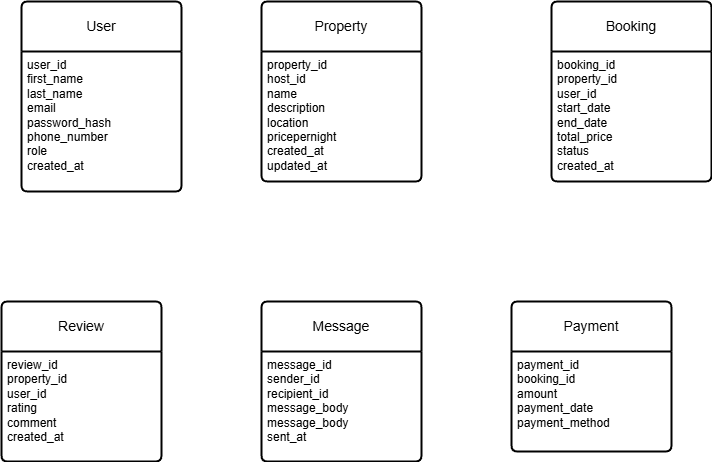
Above: ERD/ERD.png in Joycekabura/alx-airbnb-database (draw.io), before the change. Source tidied: cells renumbered, new cells last; positions are measured from the earlier drawing's top-left corner, leaving out a move shared by most shapes. Its diagram source:
```xml
<mxGraphModel>
  <root>
    <mxCell id="0" />
    <mxCell id="1" parent="0" />
    <mxCell id="2" value="User" style="swimlane;horizontal=1;startSize=50;rounded=1;fontSize=14;fontStyle=0;strokeWidth=2;shadow=0;dashed=0;align=center;arcSize=4;whiteSpace=wrap;html=1;" parent="1" vertex="1">
      <mxGeometry x="20" width="160" height="190" as="geometry" />
    </mxCell>
    <mxCell id="3" value="&lt;span style=&quot;text-align: center; text-wrap-mode: nowrap;&quot;&gt;user_id&amp;nbsp;&lt;/span&gt;&lt;br&gt;&lt;span style=&quot;text-align: center; text-wrap-mode: nowrap;&quot;&gt;first_name&lt;/span&gt;&lt;br&gt;&lt;span style=&quot;text-align: center; text-wrap-mode: nowrap;&quot;&gt;last_name&lt;/span&gt;&lt;div&gt;&lt;span style=&quot;text-align: center; text-wrap-mode: nowrap;&quot;&gt;email&lt;/span&gt;&lt;span style=&quot;text-align: center; text-wrap-mode: nowrap;&quot;&gt;&lt;/span&gt;&lt;/div&gt;&lt;div&gt;&lt;span style=&quot;text-align: center; text-wrap-mode: nowrap;&quot;&gt;password_hash&lt;/span&gt;&lt;span style=&quot;text-align: center; text-wrap-mode: nowrap;&quot;&gt;&lt;/span&gt;&lt;/div&gt;&lt;div&gt;&lt;span style=&quot;text-align: center; text-wrap-mode: nowrap;&quot;&gt;phone_number&lt;/span&gt;&lt;span style=&quot;text-align: center; text-wrap-mode: nowrap;&quot;&gt;&lt;/span&gt;&lt;/div&gt;&lt;div&gt;&lt;span style=&quot;text-align: center; text-wrap-mode: nowrap;&quot;&gt;role&lt;/span&gt;&lt;span style=&quot;text-align: center; text-wrap-mode: nowrap;&quot;&gt;&lt;/span&gt;&lt;/div&gt;&lt;div&gt;&lt;span style=&quot;text-align: center; text-wrap-mode: nowrap;&quot;&gt;created_at&lt;/span&gt;&lt;span style=&quot;text-align: center; text-wrap-mode: nowrap;&quot;&gt;&lt;/span&gt;&lt;/div&gt;" style="align=left;strokeColor=none;fillColor=none;spacingLeft=4;spacingRight=4;fontSize=12;verticalAlign=top;html=1;whiteSpace=wrap;" parent="2" vertex="1">
      <mxGeometry y="50" width="160" height="140" as="geometry" />
    </mxCell>
    <mxCell id="4" value="Property" style="swimlane;horizontal=1;startSize=50;rounded=1;fontSize=14;fontStyle=0;strokeWidth=2;shadow=0;dashed=0;align=center;arcSize=4;whiteSpace=wrap;html=1;" parent="1" vertex="1">
      <mxGeometry x="260" width="160" height="180" as="geometry" />
    </mxCell>
    <mxCell id="5" value="&lt;span style=&quot;text-align: center; text-wrap-mode: nowrap;&quot;&gt;property_id&lt;/span&gt;&lt;div&gt;&lt;span style=&quot;text-align: center; text-wrap-mode: nowrap;&quot;&gt;host_id&lt;/span&gt;&lt;br&gt;&lt;span style=&quot;text-align: center; text-wrap-mode: nowrap;&quot;&gt;name&lt;/span&gt;&lt;/div&gt;&lt;div&gt;&lt;span style=&quot;text-align: center; text-wrap-mode: nowrap;&quot;&gt;description&lt;/span&gt;&lt;span style=&quot;text-align: center; text-wrap-mode: nowrap;&quot;&gt;&lt;/span&gt;&lt;/div&gt;&lt;div&gt;&lt;span style=&quot;text-align: center; text-wrap-mode: nowrap;&quot;&gt;location&lt;/span&gt;&lt;/div&gt;&lt;div&gt;&lt;span style=&quot;text-align: center; text-wrap-mode: nowrap;&quot;&gt;pricepernight&lt;/span&gt;&lt;span style=&quot;text-align: center; text-wrap-mode: nowrap;&quot;&gt;&lt;/span&gt;&lt;/div&gt;&lt;div&gt;&lt;span style=&quot;text-align: center; text-wrap-mode: nowrap;&quot;&gt;created_at&lt;/span&gt;&lt;span style=&quot;text-align: center; text-wrap-mode: nowrap;&quot;&gt;&lt;/span&gt;&lt;/div&gt;&lt;div&gt;&lt;span style=&quot;text-align: center; text-wrap-mode: nowrap;&quot;&gt;updated_at&lt;/span&gt;&lt;span style=&quot;text-align: center; text-wrap-mode: nowrap;&quot;&gt;&lt;/span&gt;&lt;/div&gt;" style="align=left;strokeColor=none;fillColor=none;spacingLeft=4;spacingRight=4;fontSize=12;verticalAlign=top;html=1;whiteSpace=wrap;" parent="4" vertex="1">
      <mxGeometry y="50" width="160" height="130" as="geometry" />
    </mxCell>
    <mxCell id="6" value="Booking" style="swimlane;horizontal=1;startSize=50;rounded=1;fontSize=14;fontStyle=0;strokeWidth=2;shadow=0;dashed=0;align=center;arcSize=4;whiteSpace=wrap;html=1;" parent="1" vertex="1">
      <mxGeometry x="550" width="160" height="180" as="geometry" />
    </mxCell>
    <mxCell id="7" value="&lt;span style=&quot;text-align: center; text-wrap-mode: nowrap;&quot;&gt;booking_id&lt;/span&gt;&lt;br&gt;&lt;span style=&quot;text-align: center; text-wrap-mode: nowrap;&quot;&gt;property_id&lt;/span&gt;&lt;br&gt;&lt;span style=&quot;text-align: center; text-wrap-mode: nowrap;&quot;&gt;user_id&amp;nbsp;&lt;/span&gt;&lt;div&gt;&lt;span style=&quot;text-align: center; text-wrap-mode: nowrap;&quot;&gt;start_date&lt;/span&gt;&lt;span style=&quot;text-align: center; text-wrap-mode: nowrap;&quot;&gt;&lt;/span&gt;&lt;/div&gt;&lt;div&gt;&lt;span style=&quot;text-align: center; text-wrap-mode: nowrap;&quot;&gt;end_date&lt;/span&gt;&lt;span style=&quot;text-align: center; text-wrap-mode: nowrap;&quot;&gt;&lt;/span&gt;&lt;/div&gt;&lt;div&gt;&lt;span style=&quot;text-align: center; text-wrap-mode: nowrap;&quot;&gt;total_price&lt;/span&gt;&lt;span style=&quot;text-align: center; text-wrap-mode: nowrap;&quot;&gt;&lt;/span&gt;&lt;/div&gt;&lt;div&gt;&lt;span style=&quot;text-align: center; text-wrap-mode: nowrap;&quot;&gt;status&lt;/span&gt;&lt;span style=&quot;text-align: center; text-wrap-mode: nowrap;&quot;&gt;&lt;/span&gt;&lt;/div&gt;&lt;div&gt;&lt;span style=&quot;text-align: center; text-wrap-mode: nowrap;&quot;&gt;created_at&lt;/span&gt;&lt;span style=&quot;text-align: center; text-wrap-mode: nowrap;&quot;&gt;&lt;/span&gt;&lt;/div&gt;" style="align=left;strokeColor=none;fillColor=none;spacingLeft=4;spacingRight=4;fontSize=12;verticalAlign=top;html=1;whiteSpace=wrap;" parent="6" vertex="1">
      <mxGeometry y="50" width="160" height="130" as="geometry" />
    </mxCell>
    <mxCell id="8" value="Payment" style="swimlane;horizontal=1;startSize=50;rounded=1;fontSize=14;fontStyle=0;strokeWidth=2;shadow=0;dashed=0;align=center;arcSize=4;whiteSpace=wrap;html=1;" parent="1" vertex="1">
      <mxGeometry x="510" y="300" width="160" height="150" as="geometry" />
    </mxCell>
    <mxCell id="9" value="&lt;span style=&quot;text-align: center; text-wrap-mode: nowrap;&quot;&gt;payment_id&lt;/span&gt;&lt;br&gt;&lt;span style=&quot;text-align: center; text-wrap-mode: nowrap;&quot;&gt;booking_id&lt;/span&gt;&lt;br&gt;&lt;span style=&quot;text-align: center; text-wrap-mode: nowrap;&quot;&gt;amount&lt;/span&gt;&lt;div&gt;&lt;span style=&quot;text-align: center; text-wrap-mode: nowrap;&quot;&gt;payment_date&lt;/span&gt;&lt;span style=&quot;text-align: center; text-wrap-mode: nowrap;&quot;&gt;&lt;/span&gt;&lt;/div&gt;&lt;div&gt;&lt;span style=&quot;text-align: center; text-wrap-mode: nowrap;&quot;&gt;payment_method&lt;/span&gt;&lt;span style=&quot;text-align: center; text-wrap-mode: nowrap;&quot;&gt;&lt;/span&gt;&lt;/div&gt;" style="align=left;strokeColor=none;fillColor=none;spacingLeft=4;spacingRight=4;fontSize=12;verticalAlign=top;html=1;whiteSpace=wrap;" parent="8" vertex="1">
      <mxGeometry y="50" width="160" height="100" as="geometry" />
    </mxCell>
    <mxCell id="10" value="Review" style="swimlane;horizontal=1;startSize=50;rounded=1;fontSize=14;fontStyle=0;strokeWidth=2;shadow=0;dashed=0;align=center;arcSize=4;whiteSpace=wrap;html=1;" parent="1" vertex="1">
      <mxGeometry y="300" width="160" height="160" as="geometry" />
    </mxCell>
    <mxCell id="11" value="review_id&lt;br&gt;property_id&lt;br&gt;user_id&lt;div&gt;rating&lt;/div&gt;&lt;div&gt;comment&lt;/div&gt;&lt;div&gt;created_at&lt;/div&gt;" style="align=left;strokeColor=none;fillColor=none;spacingLeft=4;spacingRight=4;fontSize=12;verticalAlign=top;html=1;whiteSpace=wrap;" parent="10" vertex="1">
      <mxGeometry y="50" width="160" height="110" as="geometry" />
    </mxCell>
    <mxCell id="12" value="Message" style="swimlane;horizontal=1;startSize=50;rounded=1;fontSize=14;fontStyle=0;strokeWidth=2;shadow=0;dashed=0;align=center;arcSize=4;whiteSpace=wrap;html=1;" parent="1" vertex="1">
      <mxGeometry x="260" y="300" width="160" height="160" as="geometry" />
    </mxCell>
    <mxCell id="13" value="message_id&lt;div&gt;sender_id&lt;/div&gt;&lt;div&gt;recipient_id&lt;/div&gt;&lt;div&gt;message_body&lt;/div&gt;&lt;div&gt;message_body&lt;/div&gt;&lt;div&gt;sent_at&lt;/div&gt;" style="align=left;strokeColor=none;fillColor=none;spacingLeft=4;spacingRight=4;fontSize=12;verticalAlign=top;html=1;whiteSpace=wrap;" parent="12" vertex="1">
      <mxGeometry y="50" width="160" height="110" as="geometry" />
    </mxCell>
  </root>
</mxGraphModel>
```
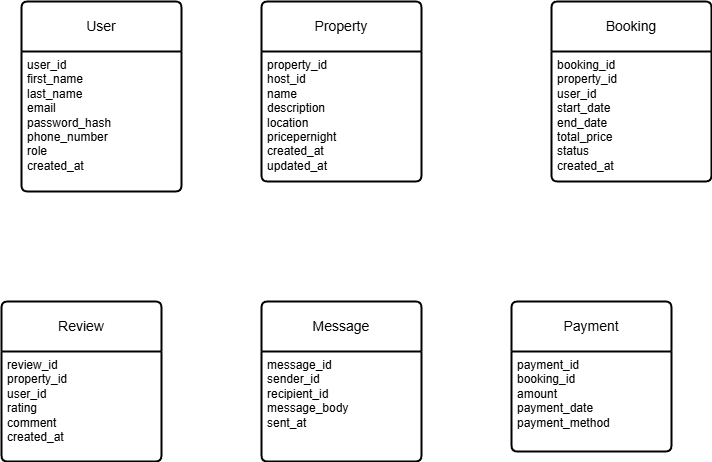
The same diagram one commit later.

Diff of the diagram source:
```diff
@@ -35,7 +35,7 @@
     <mxCell id="12" value="Message" style="swimlane;horizontal=1;startSize=50;rounded=1;fontSize=14;fontStyle=0;strokeWidth=2;shadow=0;dashed=0;align=center;arcSize=4;whiteSpace=wrap;html=1;" parent="1" vertex="1">
       <mxGeometry x="260" y="300" width="160" height="160" as="geometry" />
     </mxCell>
-    <mxCell id="13" value="message_id&lt;div&gt;sender_id&lt;/div&gt;&lt;div&gt;recipient_id&lt;/div&gt;&lt;div&gt;message_body&lt;/div&gt;&lt;div&gt;message_body&lt;/div&gt;&lt;div&gt;sent_at&lt;/div&gt;" style="align=left;strokeColor=none;fillColor=none;spacingLeft=4;spacingRight=4;fontSize=12;verticalAlign=top;html=1;whiteSpace=wrap;" parent="12" vertex="1">
+    <mxCell id="13" value="message_id&lt;div&gt;sender_id&lt;/div&gt;&lt;div&gt;recipient_id&lt;/div&gt;&lt;div&gt;message_body&lt;/div&gt;&lt;div&gt;sent_at&lt;/div&gt;" style="align=left;strokeColor=none;fillColor=none;spacingLeft=4;spacingRight=4;fontSize=12;verticalAlign=top;html=1;whiteSpace=wrap;" parent="12" vertex="1">
       <mxGeometry y="50" width="160" height="110" as="geometry" />
     </mxCell>
   </root>
```
